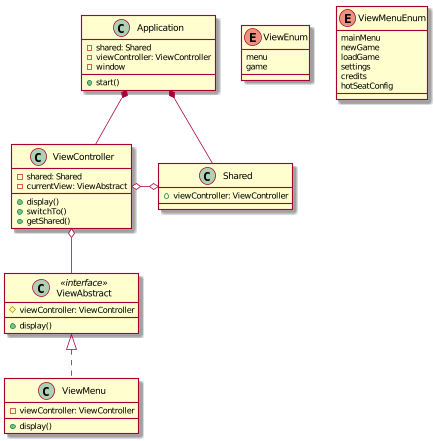
Before: docs/UML/ClassUML.png, a diagram exported from PlantUML (ArturBa/AlmostAgricola). Source of this version:
```plantuml
@startuml

class Application{
    - shared: Shared
    - viewController: ViewController
    - window
    + start()
}

class Shared{
    + viewController: ViewController
}

class ViewController{
    - shared: Shared
    - currentView: ViewAbstract
    + display()
    + switchTo()
    + getShared()
}

class ViewMenu{
    - viewController: ViewController
    + display()
}

class ViewAbstract <<interface >>{
    # viewController: ViewController
    + display()
}

enum ViewEnum {
    menu
    game
}

enum ViewMenuEnum {
    mainMenu
    newGame
    loadGame
    settings
    credits
    hotSeatConfig
}

Application *-- ViewController
Application *-- Shared

ViewController o-o Shared

ViewAbstract <|.. ViewMenu
ViewController o-- ViewAbstract

@enduml
```
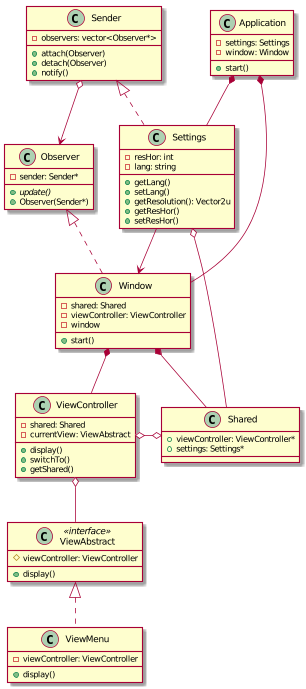
After the change.

Change to the diagram source:
```diff
@@ -1,6 +1,6 @@
 @startuml
 
-class Application{
+class Window{
     - shared: Shared
     - viewController: ViewController
     - window
@@ -8,7 +8,8 @@
 }
 
 class Shared{
-    + viewController: ViewController
+    + viewController: ViewController*
+    + settings: Settings*
 }
 
 class ViewController{
@@ -29,26 +30,51 @@
     + display()
 }
 
-enum ViewEnum {
-    menu
-    game
+class Settings {
+    - resHor: int
+    - lang: string
+    + getLang()
+    + setLang()
+    + getResolution(): Vector2u
+    + getResHor()
+    + setResHor()
 }
 
-enum ViewMenuEnum {
-    mainMenu
-    newGame
-    loadGame
-    settings
-    credits
-    hotSeatConfig
+class Observer {
+    - sender: Sender*
+    + {abstract}update()
+    + Observer(Sender*)
 }
 
-Application *-- ViewController
-Application *-- Shared
+class Sender {
+    - observers: vector<Observer*>
+    + attach(Observer)
+    + detach(Observer)
+    + notify()
+}
+
+class Application{
+    - settings: Settings
+    - window: Window
+    + start()
+}
+
+Window *-- ViewController
+Window *-- Shared
 
 ViewController o-o Shared
 
 ViewAbstract <|.. ViewMenu
 ViewController o-- ViewAbstract
 
+Sender <|.. Settings
+Sender o->Observer
+Observer <|.. Window
+Settings --> Window
+
+Application *-- Window
+Application *-- Settings
+
+Settings o-- Shared
+
 @enduml
```
